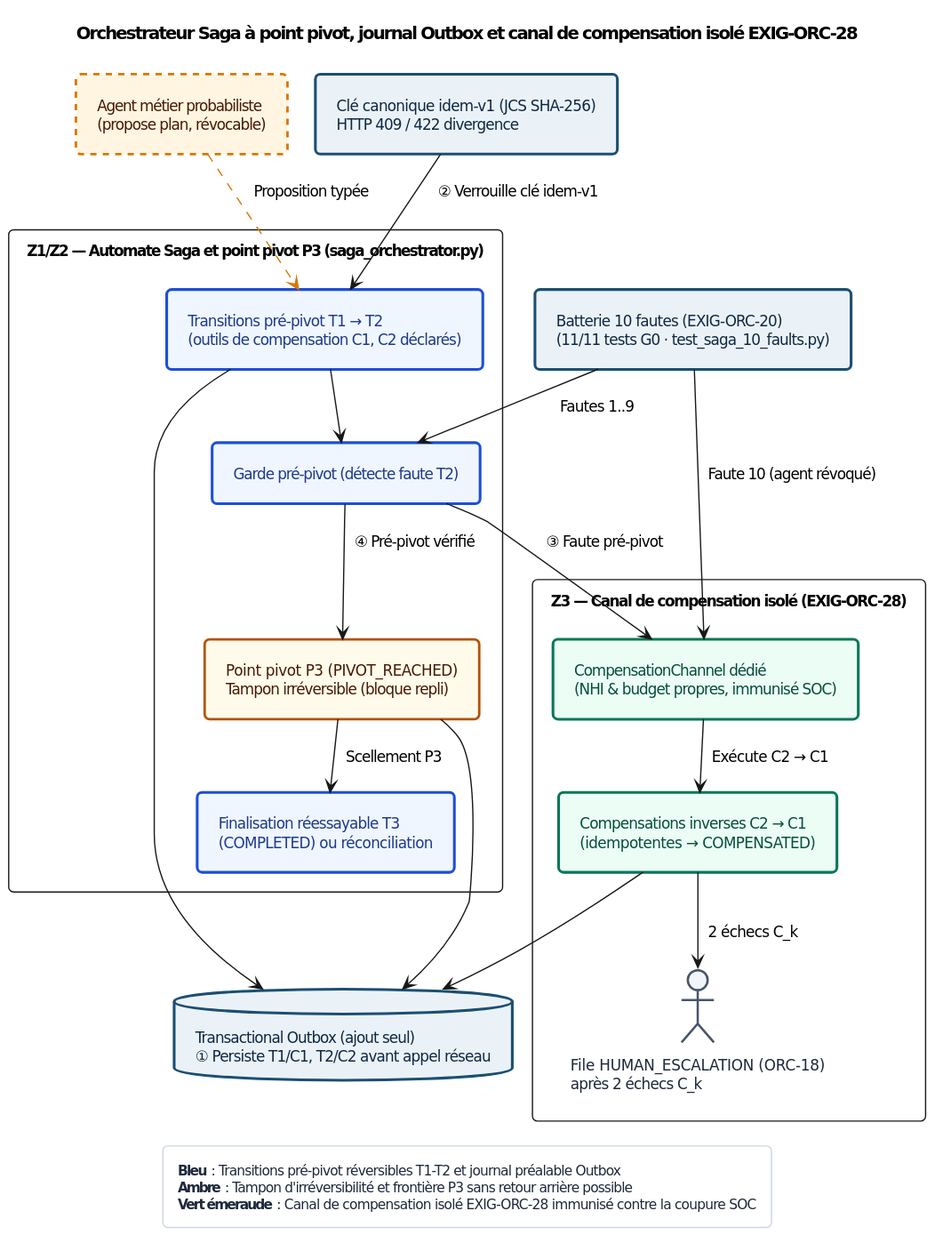
The PlantUML diagram Compendium/ouvrage/schemas/rendus/SCH-15-02.svg in agbruneau/Agentique, before a commit. The source it was exported from:
```plantuml
@startuml
<style>
document { BackgroundColor #FFFFFF; }
.det { BackgroundColor #EBF2F7; LineColor #1B4F72; LineThickness 2.2; FontColor #0F2942; }
.blue { BackgroundColor #EFF6FF; LineColor #1D4ED8; LineThickness 2.2; FontColor #1E3A8A; }
.prob { BackgroundColor #FFF5E0; LineColor #D97706; LineThickness 2.0; LineStyle 5; FontColor #451A03; }
.amber { BackgroundColor #FFFBEB; LineColor #B45309; LineThickness 2.0; FontColor #451A03; }
.green { BackgroundColor #ECFDF5; LineColor #047857; LineThickness 2.2; FontColor #064E3B; }
.teal { BackgroundColor #F0FDFA; LineColor #0F766E; LineThickness 2.2; FontColor #134E4A; }
.red { BackgroundColor #FEF2F2; LineColor #B91C1C; LineThickness 2.2; FontColor #7F1D1D; }
.purple { BackgroundColor #F5F3FF; LineColor #6D28D9; LineThickness 2.2; FontColor #4C1D95; }
.indigo { BackgroundColor #EEF2FF; LineColor #4338CA; LineThickness 2.2; FontColor #312E81; }
.gray { BackgroundColor #F1F5F9; LineColor #475569; LineThickness 1.8; FontColor #1E293B; }
package { BackgroundColor #F8FAFC; LineColor #64748B; LineThickness 1.2; FontColor #334155; }
legend { BackgroundColor #FFFFFF; LineColor #CBD5E1; FontColor #1E293B; FontSize 11; }
</style>
hide stereotype
skinparam defaultFontName "DejaVu Sans"
skinparam defaultFontSize 12
skinparam shadowing false
skinparam roundcorner 8
skinparam packageStyle rectangle
skinparam nodesep 22
skinparam ranksep 28
skinparam padding 7

top to bottom direction
title Orchestrateur Saga à point pivot, journal Outbox et canal de compensation isolé EXIG-ORC-28

rectangle "Agent métier probabiliste\n(propose plan, révocable)" as N1 <<prob>>
rectangle "Clé canonique idem-v1 (JCS SHA-256)\nHTTP 409 / 422 divergence" as N2 <<det>>
rectangle "Batterie 10 fautes (EXIG-ORC-20)\n(11/11 tests G0 · test_saga_10_faults.py)" as N3 <<det>>

package "Z1/Z2 — Automate Saga et point pivot P3 (saga_orchestrator.py)" {
  rectangle "Transitions pré-pivot T1 → T2\n(outils de compensation C1, C2 déclarés)" as N4 <<blue>>
  rectangle "Garde pré-pivot (détecte faute T2)" as N5 <<blue>>
  rectangle "Point pivot P3 (PIVOT_REACHED)\nTampon irréversible (bloque repli)" as N6 <<amber>>
  rectangle "Finalisation réessayable T3\n(COMPLETED) ou réconciliation" as N7 <<blue>>
}

package "Z3 — Canal de compensation isolé (EXIG-ORC-28)" {
  rectangle "CompensationChannel dédié\n(NHI & budget propres, immunisé SOC)" as N8 <<green>>
  rectangle "Compensations inverses C2 → C1\n(idempotentes → COMPENSATED)" as N9 <<green>>
  actor "File HUMAN_ESCALATION (ORC-18)\naprès 2 échecs C_k" as N10 <<gray>>
}

database "Transactional Outbox (ajout seul)\n① Persiste T1/C1, T2/C2 avant appel réseau" as N11 <<det>>

N1 .[#D97706].> N4 : Proposition typée
N2 --> N4 : ② Verrouille clé idem-v1
N4 --> N5
N5 --> N6 : ④ Pré-pivot vérifié
N6 --> N7 : Scellement P3
N5 --> N8 : ③ Faute pré-pivot
N3 --> N5 : Fautes 1..9
N3 --> N8 : Faute 10 (agent révoqué)
N8 --> N9 : Exécute C2 → C1
N9 --> N10 : 2 échecs C_k
N4 --> N11
N6 --> N11
N9 --> N11

legend bottom
  **Bleu** : Transitions pré-pivot réversibles T1-T2 et journal préalable Outbox
  **Ambre** : Tampon d'irréversibilité et frontière P3 sans retour arrière possible
  **Vert émeraude** : Canal de compensation isolé EXIG-ORC-28 immunisé contre la coupure SOC
end legend
@enduml
```
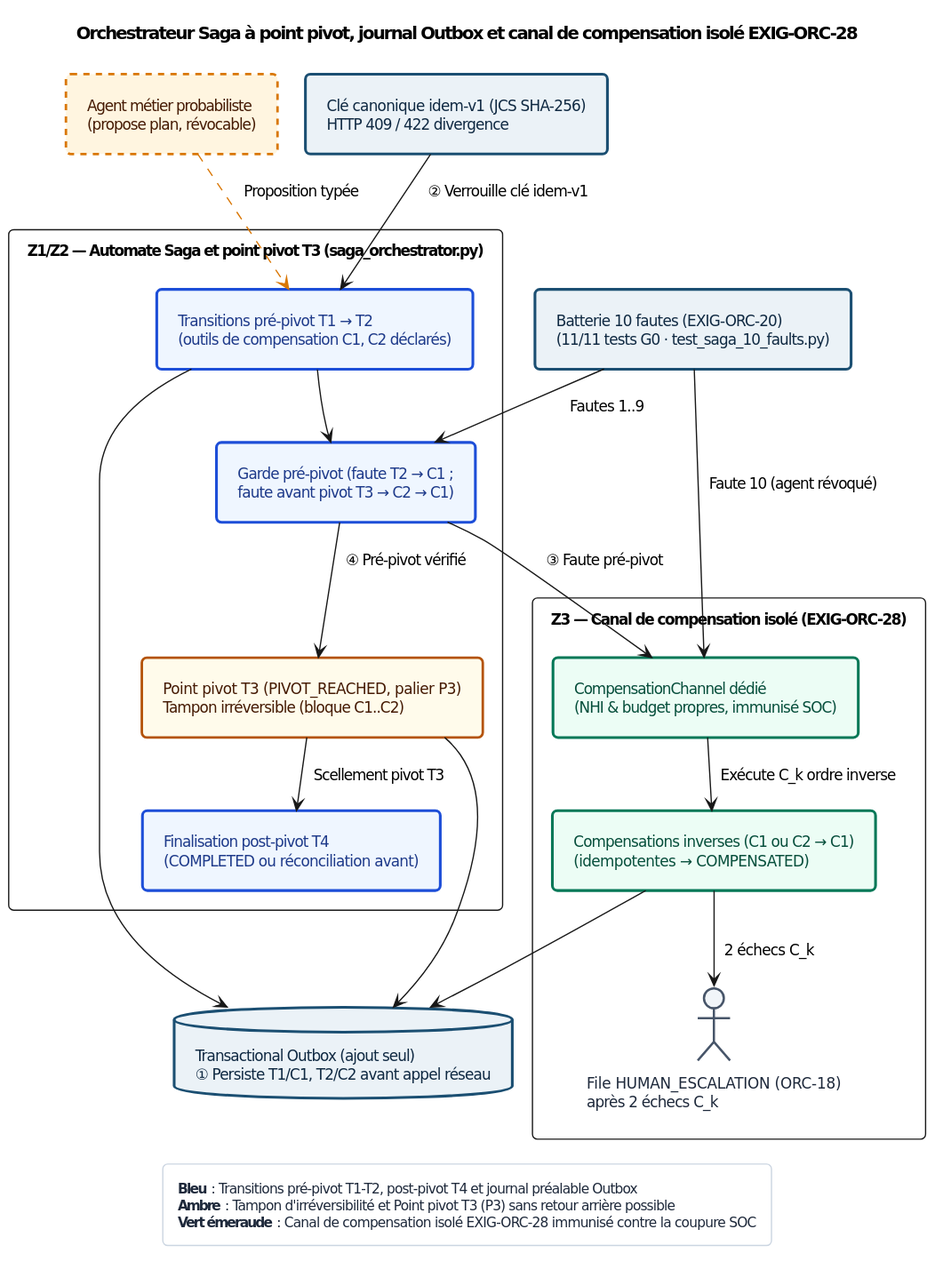
Later version of the same file.

The edit, as a diff of the source:
```diff
@@ -31,16 +31,16 @@
 rectangle "Clé canonique idem-v1 (JCS SHA-256)\nHTTP 409 / 422 divergence" as N2 <<det>>
 rectangle "Batterie 10 fautes (EXIG-ORC-20)\n(11/11 tests G0 · test_saga_10_faults.py)" as N3 <<det>>
 
-package "Z1/Z2 — Automate Saga et point pivot P3 (saga_orchestrator.py)" {
+package "Z1/Z2 — Automate Saga et point pivot T3 (saga_orchestrator.py)" {
   rectangle "Transitions pré-pivot T1 → T2\n(outils de compensation C1, C2 déclarés)" as N4 <<blue>>
-  rectangle "Garde pré-pivot (détecte faute T2)" as N5 <<blue>>
-  rectangle "Point pivot P3 (PIVOT_REACHED)\nTampon irréversible (bloque repli)" as N6 <<amber>>
-  rectangle "Finalisation réessayable T3\n(COMPLETED) ou réconciliation" as N7 <<blue>>
+  rectangle "Garde pré-pivot (faute T2 → C1 ;\nfaute avant pivot T3 → C2 → C1)" as N5 <<blue>>
+  rectangle "Point pivot T3 (PIVOT_REACHED, palier P3)\nTampon irréversible (bloque C1..C2)" as N6 <<amber>>
+  rectangle "Finalisation post-pivot T4\n(COMPLETED ou réconciliation avant)" as N7 <<blue>>
 }
 
 package "Z3 — Canal de compensation isolé (EXIG-ORC-28)" {
   rectangle "CompensationChannel dédié\n(NHI & budget propres, immunisé SOC)" as N8 <<green>>
-  rectangle "Compensations inverses C2 → C1\n(idempotentes → COMPENSATED)" as N9 <<green>>
+  rectangle "Compensations inverses (C1 ou C2 → C1)\n(idempotentes → COMPENSATED)" as N9 <<green>>
   actor "File HUMAN_ESCALATION (ORC-18)\naprès 2 échecs C_k" as N10 <<gray>>
 }
 
@@ -50,19 +50,19 @@
 N2 --> N4 : ② Verrouille clé idem-v1
 N4 --> N5
 N5 --> N6 : ④ Pré-pivot vérifié
-N6 --> N7 : Scellement P3
+N6 --> N7 : Scellement pivot T3
 N5 --> N8 : ③ Faute pré-pivot
 N3 --> N5 : Fautes 1..9
 N3 --> N8 : Faute 10 (agent révoqué)
-N8 --> N9 : Exécute C2 → C1
+N8 --> N9 : Exécute C_k ordre inverse
 N9 --> N10 : 2 échecs C_k
 N4 --> N11
 N6 --> N11
 N9 --> N11
 
 legend bottom
-  **Bleu** : Transitions pré-pivot réversibles T1-T2 et journal préalable Outbox
-  **Ambre** : Tampon d'irréversibilité et frontière P3 sans retour arrière possible
+  **Bleu** : Transitions pré-pivot T1-T2, post-pivot T4 et journal préalable Outbox
+  **Ambre** : Tampon d'irréversibilité et Point pivot T3 (P3) sans retour arrière possible
   **Vert émeraude** : Canal de compensation isolé EXIG-ORC-28 immunisé contre la coupure SOC
 end legend
 @enduml
```
